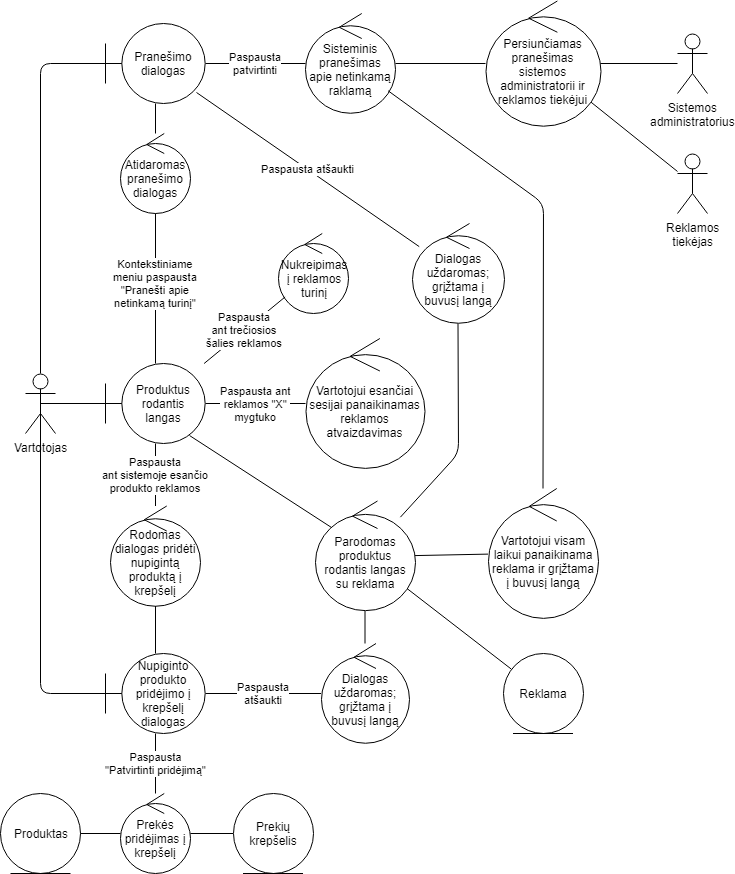
Earlier version of the draw.io export Nuotraukos/DamnAds_Robust.png (Tristanas/PSI2-Food-Bee-Inc). Source tidied: cells renumbered, new cells last; positions are measured from the earlier drawing's top-left corner, leaving out a move shared by most shapes.
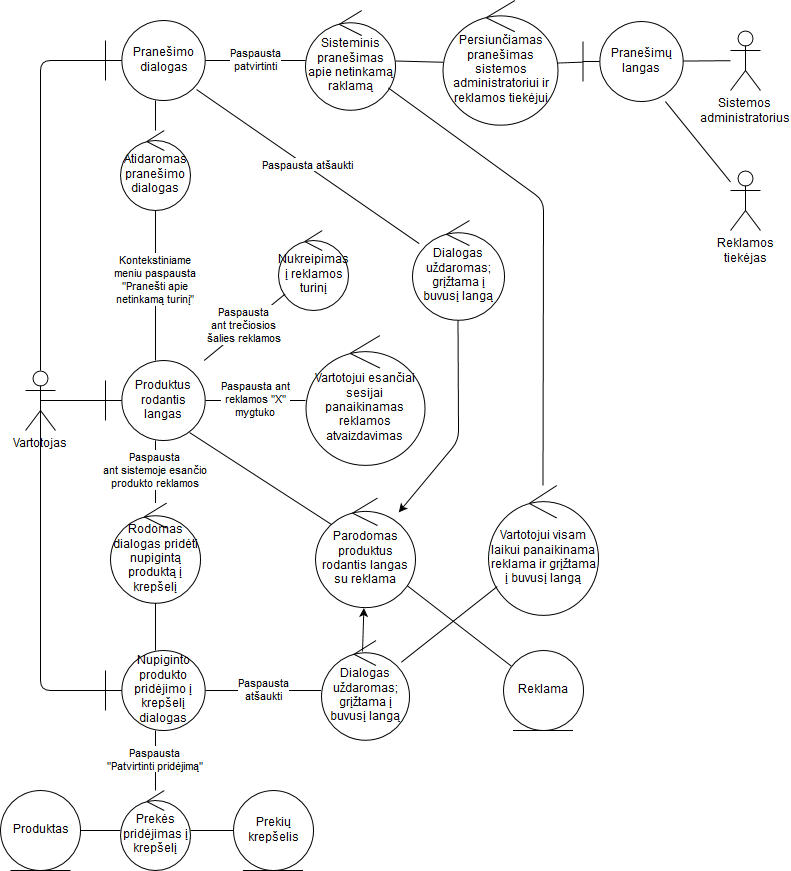
After the commit.

What changed in the source:
```diff
@@ -88,13 +88,6 @@
     <mxCell id="27" value="Dialogas uždaromas; grįžtama į buvusį langą" style="ellipse;shape=umlControl;whiteSpace=wrap;html=1;" parent="1" vertex="1">
       <mxGeometry x="411.5" y="222" width="92" height="100" as="geometry" />
     </mxCell>
-    <mxCell id="28" style="endArrow=none;html=1;" parent="1" edge="1" source="42" target="27">
-      <mxGeometry relative="1" as="geometry">
-        <Array as="points">
-          <mxPoint x="458" y="452" />
-        </Array>
-      </mxGeometry>
-    </mxCell>
     <mxCell id="29" value="Paspausta atšaukti" style="endArrow=none;html=1;exitX=0.91;exitY=0.863;exitDx=0;exitDy=0;exitPerimeter=0;" parent="1" edge="1" source="24" target="27">
       <mxGeometry relative="1" as="geometry" />
     </mxCell>
@@ -104,9 +97,6 @@
     <mxCell id="31" value="Paspausta&lt;br&gt;atšaukti" style="endArrow=none;html=1;" parent="1" edge="1" source="12" target="30">
       <mxGeometry relative="1" as="geometry" />
     </mxCell>
-    <mxCell id="32" style="endArrow=none;html=1;" parent="1" edge="1" source="30" target="42">
-      <mxGeometry relative="1" as="geometry" />
-    </mxCell>
     <mxCell id="33" value="Sisteminis pranešimas apie netinkamą raklamą" style="ellipse;shape=umlControl;whiteSpace=wrap;html=1;" parent="1" vertex="1">
       <mxGeometry x="305" y="12" width="90" height="100" as="geometry" />
     </mxCell>
@@ -116,9 +106,6 @@
     <mxCell id="35" value="Vartotojui visam laikui panaikinama reklama ir grįžtama į buvusį langą" style="ellipse;shape=umlControl;whiteSpace=wrap;html=1;" parent="1" vertex="1">
       <mxGeometry x="487.5" y="487" width="110" height="130" as="geometry" />
     </mxCell>
-    <mxCell id="36" style="endArrow=none;html=1;" parent="1" edge="1" source="42" target="35">
-      <mxGeometry relative="1" as="geometry" />
-    </mxCell>
     <mxCell id="37" style="endArrow=none;html=1;" parent="1" edge="1" source="35" target="33">
       <mxGeometry relative="1" as="geometry">
         <Array as="points">
@@ -129,13 +116,13 @@
     <mxCell id="38" style="endArrow=none;html=1;" parent="1" edge="1" source="33" target="40">
       <mxGeometry relative="1" as="geometry" />
     </mxCell>
-    <mxCell id="39" style="endArrow=none;html=1;" parent="1" edge="1" source="45" target="40">
+    <mxCell id="39" style="endArrow=none;html=1;" parent="1" edge="1" source="45" target="47">
       <mxGeometry relative="1" as="geometry" />
     </mxCell>
-    <mxCell id="40" value="Persiunčiamas pranešimas sistemos administratorii ir reklamos tiekėjui" style="ellipse;shape=umlControl;whiteSpace=wrap;html=1;" parent="1" vertex="1">
-      <mxGeometry x="485" y="-0.5" width="115" height="125" as="geometry" />
+    <mxCell id="40" value="Persiunčiamas pranešimas sistemos administratoriui ir reklamos tiekėjui" style="ellipse;shape=umlControl;whiteSpace=wrap;html=1;" parent="1" vertex="1">
+      <mxGeometry x="442.5" y="2" width="115" height="125" as="geometry" />
     </mxCell>
-    <mxCell id="41" style="endArrow=none;html=1;" parent="1" edge="1" source="40" target="44">
+    <mxCell id="41" style="endArrow=none;html=1;" parent="1" edge="1" source="47" target="44">
       <mxGeometry relative="1" as="geometry" />
     </mxCell>
     <mxCell id="42" value="Parodomas produktus rodantis langas su reklama" style="ellipse;shape=umlControl;whiteSpace=wrap;html=1;" parent="1" vertex="1">
@@ -145,10 +132,29 @@
       <mxGeometry relative="1" as="geometry" />
     </mxCell>
     <mxCell id="44" value="Sistemos&lt;br&gt;administratorius" style="shape=umlActor;verticalLabelPosition=bottom;labelBackgroundColor=#ffffff;verticalAlign=top;html=1;outlineConnect=0;" parent="1" vertex="1">
-      <mxGeometry x="677" y="32" width="30" height="60" as="geometry" />
+      <mxGeometry x="730" y="32" width="30" height="60" as="geometry" />
     </mxCell>
     <mxCell id="45" value="Reklamos&lt;br&gt;tiekėjas&lt;br&gt;" style="shape=umlActor;verticalLabelPosition=bottom;labelBackgroundColor=#ffffff;verticalAlign=top;html=1;outlineConnect=0;" parent="1" vertex="1">
-      <mxGeometry x="677" y="152" width="30" height="60" as="geometry" />
+      <mxGeometry x="730" y="172" width="30" height="60" as="geometry" />
     </mxCell>
+    <mxCell id="46" style="endArrow=none;html=1;" parent="1" edge="1" source="30" target="35">
+      <mxGeometry relative="1" as="geometry" />
+    </mxCell>
+    <mxCell id="47" value="Pranešimų langas" style="shape=umlBoundary;whiteSpace=wrap;html=1;" parent="1" vertex="1">
+      <mxGeometry x="582.5" y="23" width="100" height="80" as="geometry" />
+    </mxCell>
+    <mxCell id="48" style="endArrow=none;html=1;" parent="1" edge="1" source="40" target="47">
+      <mxGeometry relative="1" as="geometry" />
+    </mxCell>
+    <mxCell id="32" style="endArrow=classic;html=1;exitX=0.472;exitY=0.11;exitDx=0;exitDy=0;exitPerimeter=0;" parent="1" edge="1" source="30" target="42">
+      <mxGeometry relative="1" as="geometry" />
+    </mxCell>
+    <mxCell id="49" style="endArrow=classic;html=1;" parent="1" edge="1" source="27" target="42">
+      <mxGeometry relative="1" as="geometry">
+        <Array as="points">
+          <mxPoint x="458" y="442" />
+        </Array>
+      </mxGeometry>
+    </mxCell>
   </root>
 </mxGraphModel>
```
